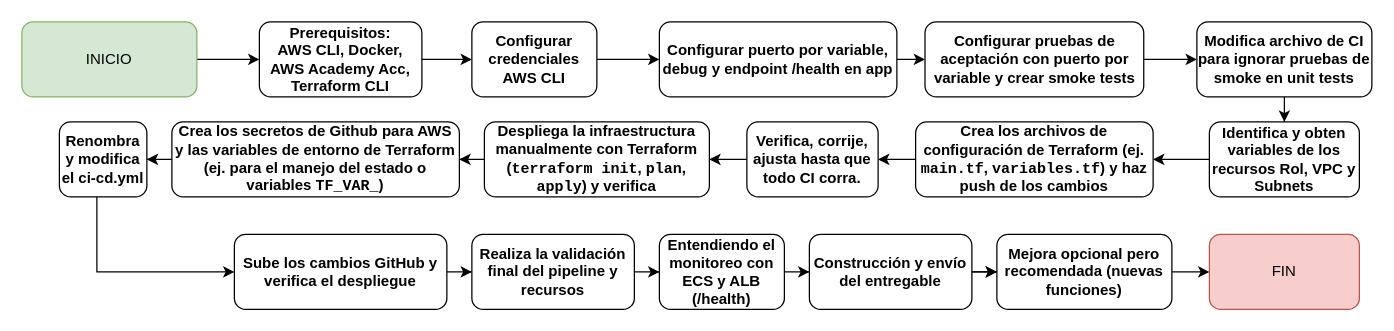
This is Entregable3.drawio from dhoyoso/cicd_course, a draw.io file, before an edit. Source tidied: cells renumbered, new cells numbered last; positions are measured from the earlier drawing's top-left corner, leaving out a move shared by most shapes. Both pictures are drawn from the tidied source at 125%, with x=0, y=0 at pixel (21, 21).
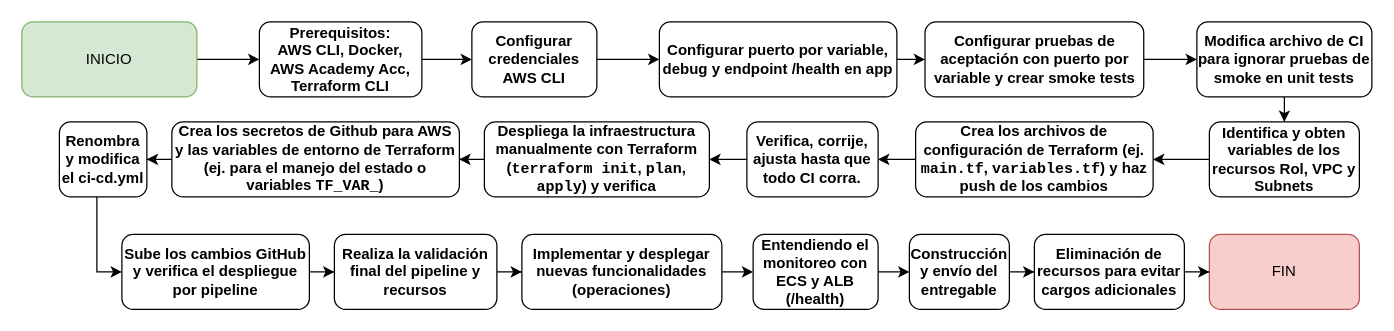
Above is the later version.

Commit message:
update entregable 3 drawio flow diagrman

Unchanged cells that the change refers to:
```xml
<mxCell id="22" value="FIN" style="rounded=1;whiteSpace=wrap;html=1;fillColor=#f8cecc;strokeColor=#b85450;" parent="1" vertex="1">
  <mxGeometry x="950" y="170" width="120" height="60" as="geometry" />
</mxCell>
```

Change to the diagram source:
```diff
@@
-    <mxCell id="21" value="Sube los cambios GitHub y verifica el despliegue" style="rounded=1;whiteSpace=wrap;html=1;fontStyle=1;" parent="1" vertex="1">
-      <mxGeometry x="170" y="170" width="170" height="60" as="geometry" />
+    <mxCell id="21" value="Sube los cambios GitHub y verifica el despliegue por pipeline" style="rounded=1;whiteSpace=wrap;html=1;fontStyle=1;" parent="1" vertex="1">
+      <mxGeometry x="80" y="170" width="150" height="60" as="geometry" />
     </mxCell>
@@
-    <mxCell id="27" style="edgeStyle=orthogonalEdgeStyle;rounded=0;jettySize=auto;html=1;entryX=0;entryY=0.5;entryDx=0;entryDy=0;" parent="1" edge="1" source="28" target="30">
-      <mxGeometry relative="1" as="geometry" />
-    </mxCell>
+    <mxCell id="38" style="edgeStyle=orthogonalEdgeStyle;rounded=0;jettySize=auto;html=1;" parent="1" edge="1" source="28" target="35">
+      <mxGeometry relative="1" as="geometry" />
+    </mxCell>
     <mxCell id="28" value="&lt;b&gt;Realiza la validación final del pipeline y recursos&lt;/b&gt;" style="rounded=1;whiteSpace=wrap;html=1;" parent="1" vertex="1">
-      <mxGeometry x="360" y="170" width="130" height="60" as="geometry" />
+      <mxGeometry x="250" y="170" width="130" height="60" as="geometry" />
     </mxCell>
@@
     <mxCell id="30" value="Entendiendo el monitoreo con ECS y ALB (/health)" style="rounded=1;whiteSpace=wrap;html=1;fontStyle=1;" parent="1" vertex="1">
-      <mxGeometry x="510" y="170" width="100" height="60" as="geometry" />
+      <mxGeometry x="585" y="170" width="100" height="60" as="geometry" />
     </mxCell>
-    <mxCell id="31" style="edgeStyle=orthogonalEdgeStyle;rounded=0;jettySize=auto;html=1;" parent="1" edge="1" source="33" target="35">
-      <mxGeometry relative="1" as="geometry" />
-    </mxCell>
-    <mxCell id="32" style="edgeStyle=orthogonalEdgeStyle;rounded=0;jettySize=auto;html=1;" parent="1" edge="1" source="33" target="35">
-      <mxGeometry relative="1" as="geometry" />
-    </mxCell>
+    <mxCell id="39" style="edgeStyle=orthogonalEdgeStyle;rounded=0;jettySize=auto;html=1;" parent="1" edge="1" source="33" target="42">
+      <mxGeometry relative="1" as="geometry" />
+    </mxCell>
     <mxCell id="33" value="Construcción y envío del entregable" style="rounded=1;whiteSpace=wrap;html=1;fontStyle=1;" parent="1" vertex="1">
-      <mxGeometry x="630" y="170" width="130" height="60" as="geometry" />
+      <mxGeometry x="710" y="170" width="80" height="60" as="geometry" />
     </mxCell>
-    <mxCell id="34" style="edgeStyle=orthogonalEdgeStyle;rounded=0;jettySize=auto;html=1;" parent="1" edge="1" source="35" target="22">
-      <mxGeometry relative="1" as="geometry" />
-    </mxCell>
+    <mxCell id="40" style="edgeStyle=orthogonalEdgeStyle;rounded=0;jettySize=auto;html=1;" parent="1" edge="1" source="35" target="30">
+      <mxGeometry relative="1" as="geometry" />
+    </mxCell>
-    <mxCell id="35" value="Mejora opcional pero recomendada (nuevas funciones)" style="rounded=1;whiteSpace=wrap;html=1;fontStyle=1;" parent="1" vertex="1">
-      <mxGeometry x="780" y="170" width="140" height="60" as="geometry" />
+    <mxCell id="35" value="Implementar y desplegar nuevas funcionalidades (operaciones)" style="rounded=1;whiteSpace=wrap;html=1;fontStyle=1;" parent="1" vertex="1">
+      <mxGeometry x="400" y="170" width="160" height="60" as="geometry" />
     </mxCell>
@@
+    <mxCell id="41" style="edgeStyle=orthogonalEdgeStyle;rounded=0;jettySize=auto;html=1;entryX=0;entryY=0.5;entryDx=0;entryDy=0;" parent="1" edge="1" source="42" target="22">
+      <mxGeometry relative="1" as="geometry" />
+    </mxCell>
+    <mxCell id="42" value="Eliminación de recursos para evitar cargos adicionales" style="rounded=1;whiteSpace=wrap;html=1;fontStyle=1;" parent="1" vertex="1">
+      <mxGeometry x="810" y="170" width="120" height="60" as="geometry" />
+    </mxCell>
```
